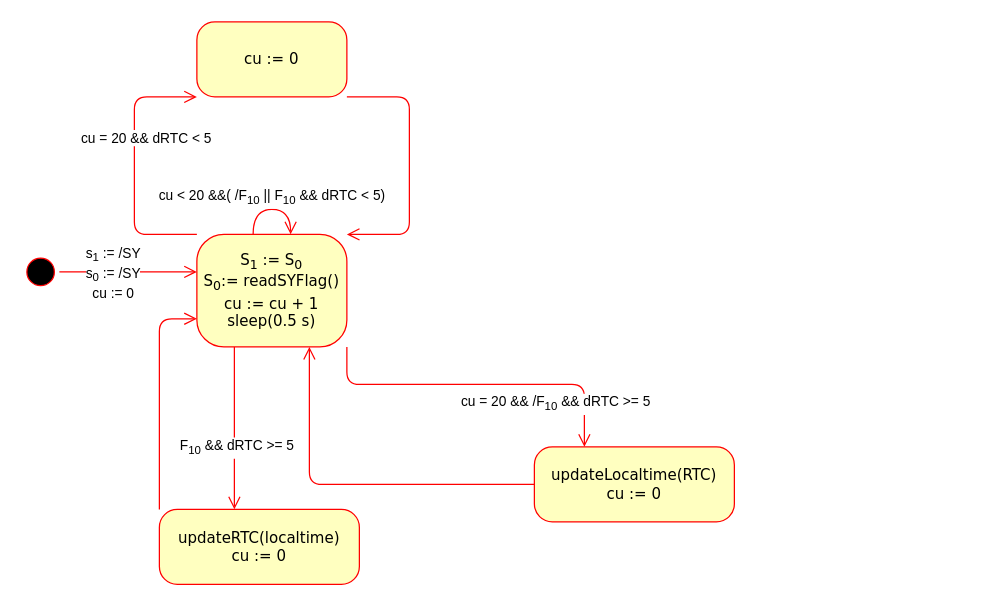
This is RTC.drawio from CesarRodriguez14/Tag_Vehiculo_4_0_Diagramas, a draw.io file, before an edit. Source tidied: cells renumbered, new cells numbered last; positions are measured from the earlier drawing's top-left corner, leaving out a move shared by most shapes. Both pictures are drawn from the tidied source at 125%, with x=0, y=0 at pixel (21, 21).
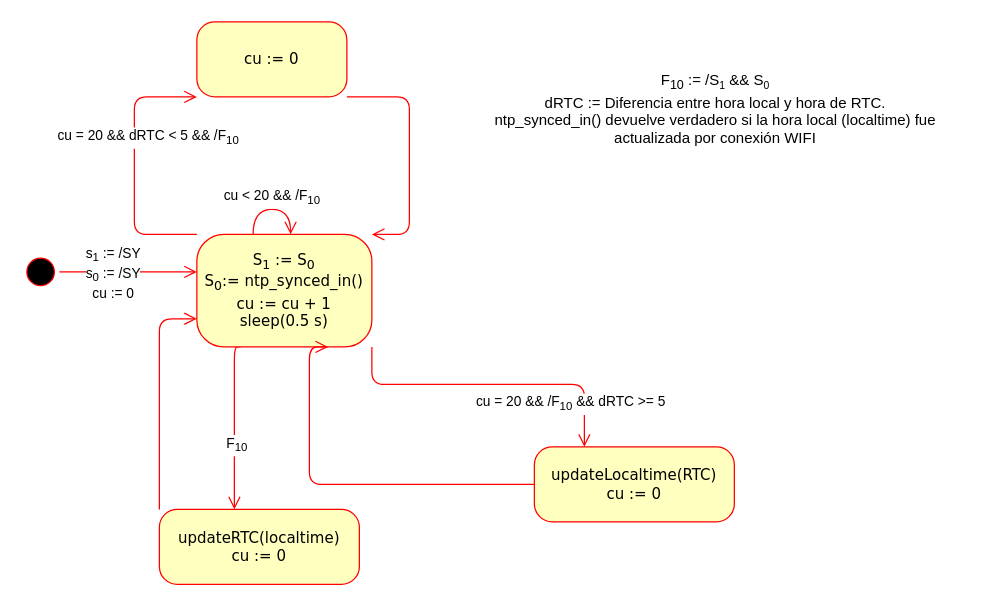
The same diagram, later.

The change refers to these unchanged cells:
```xml
<mxCell id="2" style="edgeStyle=elbowEdgeStyle;html=1;labelBackgroundColor=none;endArrow=open;endSize=8;strokeColor=#ff0000;fontFamily=Verdana;fontSize=12;align=left;exitX=0.25;exitY=1;exitDx=0;exitDy=0;" parent="1" edge="1" source="4" target="8">
  <mxGeometry relative="1" as="geometry">
    <Array as="points">
      <mxPoint x="170" y="310" />
    </Array>
  </mxGeometry>
</mxCell>
<mxCell id="10" style="edgeStyle=orthogonalEdgeStyle;html=1;labelBackgroundColor=none;endArrow=open;endSize=8;strokeColor=#ff0000;fontFamily=Verdana;fontSize=12;align=left;exitX=0.5;exitY=0;exitDx=0;exitDy=0;curved=1;" parent="1" edge="1">
  <mxGeometry relative="1" as="geometry">
    <mxPoint x="185" y="170" as="sourcePoint" />
    <mxPoint x="215" y="170" as="targetPoint" />
    <Array as="points">
      <mxPoint x="185" y="150" />
      <mxPoint x="215" y="150" />
    </Array>
  </mxGeometry>
</mxCell>
<mxCell id="12" style="edgeStyle=elbowEdgeStyle;html=1;labelBackgroundColor=none;endArrow=open;endSize=8;strokeColor=#ff0000;fontFamily=Verdana;fontSize=12;align=left;exitX=0;exitY=0;exitDx=0;exitDy=0;entryX=0;entryY=1;entryDx=0;entryDy=0;" parent="1" edge="1" source="4" target="9">
  <mxGeometry relative="1" as="geometry">
    <Array as="points">
      <mxPoint x="90" y="120" />
    </Array>
  </mxGeometry>
</mxCell>
```

Change to the diagram source:
```diff
@@
-    <mxCell id="3" value="F&lt;sub&gt;10&lt;/sub&gt; &amp;amp;&amp;amp; dRTC &amp;gt;= 5" style="edgeLabel;html=1;align=center;verticalAlign=middle;" parent="2" vertex="1">
+    <mxCell id="3" value="F&lt;sub&gt;10&lt;/sub&gt;" style="edgeLabel;html=1;align=center;verticalAlign=middle;" parent="2" vertex="1">
       <mxGeometry x="0.16" y="1" relative="1" as="geometry">
         <mxPoint y="5" as="offset" />
       </mxGeometry>
     </mxCell>
-    <mxCell id="4" value="&lt;div&gt;S&lt;sub&gt;1&lt;/sub&gt; := S&lt;sub&gt;0&lt;/sub&gt;&lt;/div&gt;S&lt;sub&gt;0&lt;/sub&gt;:= readSYFlag()&lt;div&gt;cu := cu + 1&lt;/div&gt;&lt;div&gt;sleep(0.5 s)&lt;/div&gt;" style="rounded=1;whiteSpace=wrap;html=1;arcSize=24;fillColor=#ffffc0;strokeColor=#ff0000;shadow=0;comic=0;labelBackgroundColor=none;fontFamily=Verdana;fontSize=12;fontColor=#000000;align=center;" parent="1" vertex="1">
-      <mxGeometry x="140" y="170" width="120" height="90" as="geometry" />
+    <mxCell id="4" value="&lt;div&gt;S&lt;sub&gt;1&lt;/sub&gt; := S&lt;sub&gt;0&lt;/sub&gt;&lt;/div&gt;S&lt;sub&gt;0&lt;/sub&gt;:= ntp_synced_in()&lt;div&gt;cu := cu + 1&lt;/div&gt;&lt;div&gt;sleep(0.5 s)&lt;/div&gt;" style="rounded=1;whiteSpace=wrap;html=1;arcSize=24;fillColor=#ffffc0;strokeColor=#ff0000;shadow=0;comic=0;labelBackgroundColor=none;fontFamily=Verdana;fontSize=12;fontColor=#000000;align=center;" parent="1" vertex="1">
+      <mxGeometry x="140" y="170" width="140" height="90" as="geometry" />
     </mxCell>
@@
-    <mxCell id="11" value="cu &amp;lt; 20 &amp;amp;&amp;amp;( /F&lt;sub&gt;10&lt;/sub&gt; || F&lt;sub&gt;10&lt;/sub&gt; &amp;amp;&amp;amp; dRTC &amp;lt; 5)" style="edgeLabel;html=1;align=center;verticalAlign=middle;" parent="10" vertex="1">
+    <mxCell id="11" value="cu &amp;lt; 20 &amp;amp;&amp;amp;&amp;nbsp;/F&lt;sub&gt;10&lt;/sub&gt;" style="edgeLabel;html=1;align=center;verticalAlign=middle;" parent="10" vertex="1">
       <mxGeometry x="-0.03" y="-2" relative="1" as="geometry">
         <mxPoint y="-12" as="offset" />
       </mxGeometry>
     </mxCell>
@@
-    <mxCell id="13" value="cu = 20 &amp;amp;&amp;amp; dRTC &amp;lt; 5&amp;nbsp;" style="edgeLabel;html=1;align=center;verticalAlign=middle;" parent="12" vertex="1">
+    <mxCell id="13" value="cu = 20 &amp;amp;&amp;amp; dRTC &amp;lt; 5 &amp;amp;&amp;amp; /F&lt;sub&gt;10&lt;/sub&gt;" style="edgeLabel;html=1;align=center;verticalAlign=middle;" parent="12" vertex="1">
       <mxGeometry x="0.16" y="1" relative="1" as="geometry">
         <mxPoint x="11" y="-6" as="offset" />
       </mxGeometry>
     </mxCell>
@@
+    <mxCell id="20" value="F&lt;sub&gt;10&lt;/sub&gt;&amp;nbsp;:= /S&lt;span style=&quot;font-size: 10px;&quot;&gt;&lt;sub&gt;1&lt;/sub&gt;&lt;/span&gt;&amp;nbsp;&amp;amp;&amp;amp; S&lt;span style=&quot;font-size: 10px;&quot;&gt;&lt;sub&gt;0&lt;/sub&gt;&lt;/span&gt;&lt;div&gt;dRTC := Diferencia entre hora local y hora de RTC.&lt;/div&gt;&lt;div&gt;ntp_synced_in() devuelve verdadero si la hora local (localtime) fue actualizada por conexión WIFI&lt;/div&gt;" style="text;html=1;align=center;verticalAlign=middle;whiteSpace=wrap;rounded=0;" parent="1" vertex="1">
+      <mxGeometry x="360" y="20" width="390" height="100" as="geometry" />
+    </mxCell>
```
